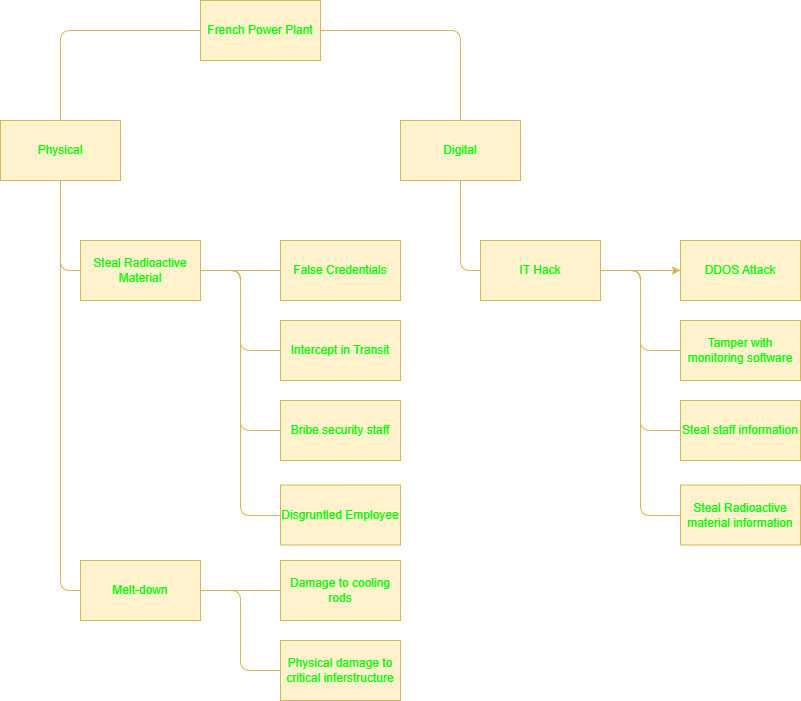
Earlier version of the draw.io export SRM/ModellingExcercise/Assets/AttackTree2.png (MCollins87/MSC_EnterpriseIT). Source tidied: cells renumbered, new cells last; positions are measured from the earlier drawing's top-left corner, leaving out a move shared by most shapes.
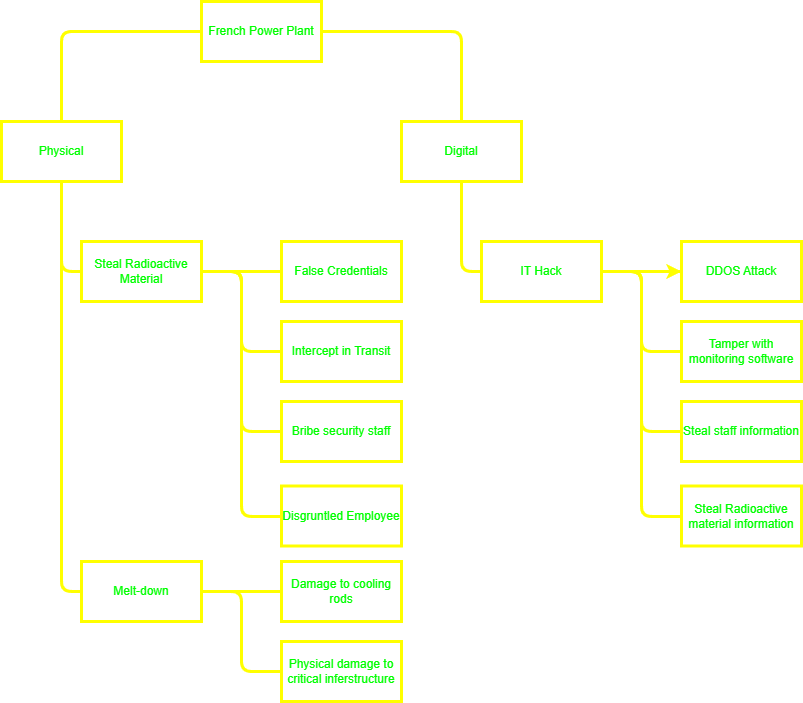
The same file after the commit.

The edit, as a diff of the source:
```diff
@@ -2,34 +2,34 @@
   <root>
     <mxCell id="0" />
     <mxCell id="1" parent="0" />
-    <mxCell id="2" style="edgeStyle=orthogonalEdgeStyle;rounded=1;jettySize=auto;html=1;endArrow=none;endFill=0;curved=0;strokeColor=#d6b656;fontColor=#00FF00;fillColor=#fff2cc;" parent="1" edge="1" source="4" target="7">
+    <mxCell id="2" style="edgeStyle=orthogonalEdgeStyle;rounded=1;jettySize=auto;html=1;endArrow=none;endFill=0;curved=0;strokeColor=#ffff00;fontColor=#00FF00;fillColor=#fff2cc;strokeWidth=3;" parent="1" edge="1" source="4" target="7">
       <mxGeometry relative="1" as="geometry" />
     </mxCell>
-    <mxCell id="3" style="edgeStyle=orthogonalEdgeStyle;rounded=1;jettySize=auto;html=1;endArrow=none;endFill=0;curved=0;strokeColor=#d6b656;fontColor=#00FF00;fillColor=#fff2cc;" parent="1" edge="1" source="4" target="9">
+    <mxCell id="3" style="edgeStyle=orthogonalEdgeStyle;rounded=1;jettySize=auto;html=1;endArrow=none;endFill=0;curved=0;strokeColor=#ffff00;fontColor=#00FF00;fillColor=#fff2cc;strokeWidth=3;" parent="1" edge="1" source="4" target="9">
       <mxGeometry relative="1" as="geometry" />
     </mxCell>
-    <mxCell id="4" value="French Power Plant" style="rounded=0;whiteSpace=wrap;html=1;fillColor=#fff2cc;strokeColor=#d6b656;fontColor=#00FF00;" parent="1" vertex="1">
+    <mxCell id="4" value="French Power Plant" style="rounded=0;whiteSpace=wrap;html=1;fillColor=none;strokeColor=#ffff00;fontColor=#00FF00;strokeWidth=3;" parent="1" vertex="1">
       <mxGeometry x="200" width="120" height="60" as="geometry" />
     </mxCell>
-    <mxCell id="5" style="edgeStyle=orthogonalEdgeStyle;rounded=1;jettySize=auto;html=1;exitX=0.5;exitY=1;exitDx=0;exitDy=0;entryX=0;entryY=0.5;entryDx=0;entryDy=0;endArrow=none;endFill=0;curved=0;strokeColor=#d6b656;fontColor=#00FF00;fillColor=#fff2cc;" parent="1" edge="1" source="7" target="14">
+    <mxCell id="5" style="edgeStyle=orthogonalEdgeStyle;rounded=1;jettySize=auto;html=1;exitX=0.5;exitY=1;exitDx=0;exitDy=0;entryX=0;entryY=0.5;entryDx=0;entryDy=0;endArrow=none;endFill=0;curved=0;strokeColor=#ffff00;fontColor=#00FF00;fillColor=#fff2cc;strokeWidth=3;" parent="1" edge="1" source="7" target="14">
       <mxGeometry relative="1" as="geometry" />
     </mxCell>
-    <mxCell id="6" style="edgeStyle=orthogonalEdgeStyle;rounded=1;jettySize=auto;html=1;entryX=0;entryY=0.5;entryDx=0;entryDy=0;endArrow=none;endFill=0;curved=0;strokeColor=#d6b656;fontColor=#00FF00;fillColor=#fff2cc;" parent="1" edge="1" source="7" target="21">
+    <mxCell id="6" style="edgeStyle=orthogonalEdgeStyle;rounded=1;jettySize=auto;html=1;entryX=0;entryY=0.5;entryDx=0;entryDy=0;endArrow=none;endFill=0;curved=0;strokeColor=#ffff00;fontColor=#00FF00;fillColor=#fff2cc;strokeWidth=3;" parent="1" edge="1" source="7" target="21">
       <mxGeometry relative="1" as="geometry" />
     </mxCell>
-    <mxCell id="7" value="Physical" style="rounded=0;whiteSpace=wrap;html=1;fillColor=#fff2cc;strokeColor=#d6b656;fontColor=#00FF00;" parent="1" vertex="1">
+    <mxCell id="7" value="Physical" style="rounded=0;whiteSpace=wrap;html=1;fillColor=none;strokeColor=#ffff00;fontColor=#00FF00;strokeWidth=3;" parent="1" vertex="1">
       <mxGeometry y="120" width="120" height="60" as="geometry" />
     </mxCell>
-    <mxCell id="8" style="edgeStyle=orthogonalEdgeStyle;rounded=1;jettySize=auto;html=1;entryX=0;entryY=0.5;entryDx=0;entryDy=0;endArrow=none;endFill=0;curved=0;strokeColor=#d6b656;fontColor=#00FF00;fillColor=#fff2cc;" parent="1" edge="1" source="9" target="29">
+    <mxCell id="8" style="edgeStyle=orthogonalEdgeStyle;rounded=1;jettySize=auto;html=1;entryX=0;entryY=0.5;entryDx=0;entryDy=0;endArrow=none;endFill=0;curved=0;strokeColor=#ffff00;fontColor=#00FF00;fillColor=#fff2cc;strokeWidth=3;" parent="1" edge="1" source="9" target="29">
       <mxGeometry relative="1" as="geometry" />
     </mxCell>
-    <mxCell id="9" value="Digital" style="rounded=0;whiteSpace=wrap;html=1;fillColor=#fff2cc;strokeColor=#d6b656;fontColor=#00FF00;" parent="1" vertex="1">
+    <mxCell id="9" value="Digital" style="rounded=0;whiteSpace=wrap;html=1;fillColor=none;strokeColor=#ffff00;fontColor=#00FF00;strokeWidth=3;" parent="1" vertex="1">
       <mxGeometry x="400" y="120" width="120" height="60" as="geometry" />
     </mxCell>
-    <mxCell id="10" style="edgeStyle=orthogonalEdgeStyle;rounded=1;jettySize=auto;html=1;endArrow=none;endFill=0;curved=0;strokeColor=#d6b656;fontColor=#00FF00;fillColor=#fff2cc;" parent="1" edge="1" source="14" target="15">
+    <mxCell id="10" style="edgeStyle=orthogonalEdgeStyle;rounded=1;jettySize=auto;html=1;endArrow=none;endFill=0;curved=0;strokeColor=#ffff00;fontColor=#00FF00;fillColor=#fff2cc;strokeWidth=3;" parent="1" edge="1" source="14" target="15">
       <mxGeometry relative="1" as="geometry" />
     </mxCell>
-    <mxCell id="11" style="edgeStyle=orthogonalEdgeStyle;rounded=1;jettySize=auto;html=1;endArrow=none;endFill=0;curved=0;strokeColor=#d6b656;fontColor=#00FF00;fillColor=#fff2cc;" parent="1" edge="1" source="14" target="16">
+    <mxCell id="11" style="edgeStyle=orthogonalEdgeStyle;rounded=1;jettySize=auto;html=1;endArrow=none;endFill=0;curved=0;strokeColor=#ffff00;fontColor=#00FF00;fillColor=#fff2cc;strokeWidth=3;" parent="1" edge="1" source="14" target="16">
       <mxGeometry relative="1" as="geometry">
         <Array as="points">
           <mxPoint x="240" y="270" />
@@ -37,7 +37,7 @@
         </Array>
       </mxGeometry>
     </mxCell>
-    <mxCell id="12" style="edgeStyle=orthogonalEdgeStyle;rounded=1;jettySize=auto;html=1;endArrow=none;endFill=0;curved=0;strokeColor=#d6b656;fontColor=#00FF00;fillColor=#fff2cc;" parent="1" edge="1" source="14" target="17">
+    <mxCell id="12" style="edgeStyle=orthogonalEdgeStyle;rounded=1;jettySize=auto;html=1;endArrow=none;endFill=0;curved=0;strokeColor=#ffff00;fontColor=#00FF00;fillColor=#fff2cc;strokeWidth=3;" parent="1" edge="1" source="14" target="17">
       <mxGeometry relative="1" as="geometry">
         <Array as="points">
           <mxPoint x="240" y="270" />
@@ -45,7 +45,7 @@
         </Array>
       </mxGeometry>
     </mxCell>
-    <mxCell id="13" style="edgeStyle=orthogonalEdgeStyle;rounded=1;jettySize=auto;html=1;endArrow=none;endFill=0;curved=0;strokeColor=#d6b656;fontColor=#00FF00;fillColor=#fff2cc;" parent="1" edge="1" source="14" target="18">
+    <mxCell id="13" style="edgeStyle=orthogonalEdgeStyle;rounded=1;jettySize=auto;html=1;endArrow=none;endFill=0;curved=0;strokeColor=#ffff00;fontColor=#00FF00;fillColor=#fff2cc;strokeWidth=3;" parent="1" edge="1" source="14" target="18">
       <mxGeometry relative="1" as="geometry">
         <Array as="points">
           <mxPoint x="240" y="270" />
@@ -53,25 +53,25 @@
         </Array>
       </mxGeometry>
     </mxCell>
-    <mxCell id="14" value="Steal Radioactive Material" style="rounded=0;whiteSpace=wrap;html=1;fillColor=#fff2cc;strokeColor=#d6b656;fontColor=#00FF00;" parent="1" vertex="1">
+    <mxCell id="14" value="Steal Radioactive Material" style="rounded=0;whiteSpace=wrap;html=1;fillColor=none;strokeColor=#ffff00;fontColor=#00FF00;strokeWidth=3;" parent="1" vertex="1">
       <mxGeometry x="80" y="240" width="120" height="60" as="geometry" />
     </mxCell>
-    <mxCell id="15" value="False Credentials" style="rounded=0;whiteSpace=wrap;html=1;fillColor=#fff2cc;strokeColor=#d6b656;fontColor=#00FF00;" parent="1" vertex="1">
+    <mxCell id="15" value="False Credentials" style="rounded=0;whiteSpace=wrap;html=1;fillColor=none;strokeColor=#ffff00;fontColor=#00FF00;strokeWidth=3;" parent="1" vertex="1">
       <mxGeometry x="280" y="240" width="120" height="60" as="geometry" />
     </mxCell>
-    <mxCell id="16" value="Intercept in Transit" style="rounded=0;whiteSpace=wrap;html=1;fillColor=#fff2cc;strokeColor=#d6b656;fontColor=#00FF00;" parent="1" vertex="1">
+    <mxCell id="16" value="Intercept in Transit" style="rounded=0;whiteSpace=wrap;html=1;fillColor=none;strokeColor=#ffff00;fontColor=#00FF00;strokeWidth=3;" parent="1" vertex="1">
       <mxGeometry x="280" y="320" width="120" height="60" as="geometry" />
     </mxCell>
-    <mxCell id="17" value="Bribe security staff" style="rounded=0;whiteSpace=wrap;html=1;fillColor=#fff2cc;strokeColor=#d6b656;fontColor=#00FF00;" parent="1" vertex="1">
+    <mxCell id="17" value="Bribe security staff" style="rounded=0;whiteSpace=wrap;html=1;fillColor=none;strokeColor=#ffff00;fontColor=#00FF00;strokeWidth=3;" parent="1" vertex="1">
       <mxGeometry x="280" y="400" width="120" height="60" as="geometry" />
     </mxCell>
-    <mxCell id="18" value="Disgruntled Employee" style="rounded=0;whiteSpace=wrap;html=1;fillColor=#fff2cc;strokeColor=#d6b656;fontColor=#00FF00;" parent="1" vertex="1">
+    <mxCell id="18" value="Disgruntled Employee" style="rounded=0;whiteSpace=wrap;html=1;fillColor=none;strokeColor=#ffff00;fontColor=#00FF00;strokeWidth=3;" parent="1" vertex="1">
       <mxGeometry x="280" y="484.5" width="120" height="60" as="geometry" />
     </mxCell>
-    <mxCell id="19" style="edgeStyle=orthogonalEdgeStyle;rounded=1;jettySize=auto;html=1;endArrow=none;endFill=0;curved=0;strokeColor=#d6b656;fontColor=#00FF00;fillColor=#fff2cc;" parent="1" edge="1" source="21" target="22">
+    <mxCell id="19" style="edgeStyle=orthogonalEdgeStyle;rounded=1;jettySize=auto;html=1;endArrow=none;endFill=0;curved=0;strokeColor=#ffff00;fontColor=#00FF00;fillColor=#fff2cc;strokeWidth=3;" parent="1" edge="1" source="21" target="22">
       <mxGeometry relative="1" as="geometry" />
     </mxCell>
-    <mxCell id="20" style="edgeStyle=orthogonalEdgeStyle;rounded=1;jettySize=auto;html=1;endArrow=none;endFill=0;curved=0;strokeColor=#d6b656;fontColor=#00FF00;fillColor=#fff2cc;" parent="1" edge="1" source="21" target="23">
+    <mxCell id="20" style="edgeStyle=orthogonalEdgeStyle;rounded=1;jettySize=auto;html=1;endArrow=none;endFill=0;curved=0;strokeColor=#ffff00;fontColor=#00FF00;fillColor=#fff2cc;strokeWidth=3;" parent="1" edge="1" source="21" target="23">
       <mxGeometry relative="1" as="geometry">
         <Array as="points">
           <mxPoint x="240" y="590" />
@@ -79,22 +79,22 @@
         </Array>
       </mxGeometry>
     </mxCell>
-    <mxCell id="21" value="Melt-down" style="rounded=0;whiteSpace=wrap;html=1;fillColor=#fff2cc;strokeColor=#d6b656;fontColor=#00FF00;" parent="1" vertex="1">
+    <mxCell id="21" value="Melt-down" style="rounded=0;whiteSpace=wrap;html=1;fillColor=none;strokeColor=#ffff00;fontColor=#00FF00;strokeWidth=3;" parent="1" vertex="1">
       <mxGeometry x="80" y="560" width="120" height="60" as="geometry" />
     </mxCell>
-    <mxCell id="22" value="Damage to cooling rods" style="rounded=0;whiteSpace=wrap;html=1;fillColor=#fff2cc;strokeColor=#d6b656;fontColor=#00FF00;" parent="1" vertex="1">
+    <mxCell id="22" value="Damage to cooling rods" style="rounded=0;whiteSpace=wrap;html=1;fillColor=none;strokeColor=#ffff00;fontColor=#00FF00;strokeWidth=3;" parent="1" vertex="1">
       <mxGeometry x="280" y="560" width="120" height="60" as="geometry" />
     </mxCell>
-    <mxCell id="23" value="Physical damage to critical inferstructure" style="rounded=0;whiteSpace=wrap;html=1;fillColor=#fff2cc;strokeColor=#d6b656;fontColor=#00FF00;" parent="1" vertex="1">
+    <mxCell id="23" value="Physical damage to critical inferstructure" style="rounded=0;whiteSpace=wrap;html=1;fillColor=none;strokeColor=#ffff00;fontColor=#00FF00;strokeWidth=3;" parent="1" vertex="1">
       <mxGeometry x="280" y="640" width="120" height="60" as="geometry" />
     </mxCell>
-    <mxCell id="24" style="edgeStyle=orthogonalEdgeStyle;rounded=0;jettySize=auto;html=1;fontColor=#00FF00;fillColor=#fff2cc;strokeColor=#d6b656;" parent="1" edge="1" source="29" target="30">
+    <mxCell id="24" style="edgeStyle=orthogonalEdgeStyle;rounded=0;jettySize=auto;html=1;fontColor=#00FF00;fillColor=#fff2cc;strokeColor=#ffff00;strokeWidth=3;" parent="1" edge="1" source="29" target="30">
       <mxGeometry relative="1" as="geometry" />
     </mxCell>
-    <mxCell id="25" style="edgeStyle=orthogonalEdgeStyle;rounded=1;jettySize=auto;html=1;endArrow=none;endFill=0;curved=0;strokeColor=#d6b656;fontColor=#00FF00;fillColor=#fff2cc;" parent="1" edge="1" source="29" target="30">
+    <mxCell id="25" style="edgeStyle=orthogonalEdgeStyle;rounded=1;jettySize=auto;html=1;endArrow=none;endFill=0;curved=0;strokeColor=#ffff00;fontColor=#00FF00;fillColor=#fff2cc;strokeWidth=3;" parent="1" edge="1" source="29" target="30">
       <mxGeometry relative="1" as="geometry" />
     </mxCell>
-    <mxCell id="26" style="edgeStyle=orthogonalEdgeStyle;rounded=1;jettySize=auto;html=1;endArrow=none;endFill=0;curved=0;strokeColor=#d6b656;fontColor=#00FF00;fillColor=#fff2cc;" parent="1" edge="1" source="29" target="31">
+    <mxCell id="26" style="edgeStyle=orthogonalEdgeStyle;rounded=1;jettySize=auto;html=1;endArrow=none;endFill=0;curved=0;strokeColor=#ffff00;fontColor=#00FF00;fillColor=#fff2cc;strokeWidth=3;" parent="1" edge="1" source="29" target="31">
       <mxGeometry relative="1" as="geometry">
         <Array as="points">
           <mxPoint x="640" y="270" />
@@ -102,7 +102,7 @@
         </Array>
       </mxGeometry>
     </mxCell>
-    <mxCell id="27" style="edgeStyle=orthogonalEdgeStyle;rounded=1;jettySize=auto;html=1;endArrow=none;endFill=0;curved=0;strokeColor=#d6b656;fontColor=#00FF00;fillColor=#fff2cc;" parent="1" edge="1" source="29" target="32">
+    <mxCell id="27" style="edgeStyle=orthogonalEdgeStyle;rounded=1;jettySize=auto;html=1;endArrow=none;endFill=0;curved=0;strokeColor=#ffff00;fontColor=#00FF00;fillColor=#fff2cc;strokeWidth=3;" parent="1" edge="1" source="29" target="32">
       <mxGeometry relative="1" as="geometry">
         <Array as="points">
           <mxPoint x="640" y="270" />
@@ -110,7 +110,7 @@
         </Array>
       </mxGeometry>
     </mxCell>
-    <mxCell id="28" style="edgeStyle=orthogonalEdgeStyle;rounded=1;jettySize=auto;html=1;endArrow=none;endFill=0;curved=0;strokeColor=#d6b656;fontColor=#00FF00;fillColor=#fff2cc;" parent="1" edge="1" source="29" target="33">
+    <mxCell id="28" style="edgeStyle=orthogonalEdgeStyle;rounded=1;jettySize=auto;html=1;endArrow=none;endFill=0;curved=0;strokeColor=#ffff00;fontColor=#00FF00;fillColor=#fff2cc;strokeWidth=3;" parent="1" edge="1" source="29" target="33">
       <mxGeometry relative="1" as="geometry">
         <Array as="points">
           <mxPoint x="640" y="270" />
@@ -118,19 +118,19 @@
         </Array>
       </mxGeometry>
     </mxCell>
-    <mxCell id="29" value="IT Hack" style="rounded=0;whiteSpace=wrap;html=1;fillColor=#fff2cc;strokeColor=#d6b656;fontColor=#00FF00;" parent="1" vertex="1">
+    <mxCell id="29" value="IT Hack" style="rounded=0;whiteSpace=wrap;html=1;fillColor=none;strokeColor=#ffff00;fontColor=#00FF00;strokeWidth=3;" parent="1" vertex="1">
       <mxGeometry x="480" y="240" width="120" height="60" as="geometry" />
     </mxCell>
-    <mxCell id="30" value="DDOS Attack" style="rounded=0;whiteSpace=wrap;html=1;fillColor=#fff2cc;strokeColor=#d6b656;fontColor=#00FF00;" parent="1" vertex="1">
+    <mxCell id="30" value="DDOS Attack" style="rounded=0;whiteSpace=wrap;html=1;fillColor=none;strokeColor=#ffff00;fontColor=#00FF00;strokeWidth=3;" parent="1" vertex="1">
       <mxGeometry x="680" y="240" width="120" height="60" as="geometry" />
     </mxCell>
-    <mxCell id="31" value="Tamper with monitoring software" style="rounded=0;whiteSpace=wrap;html=1;fillColor=#fff2cc;strokeColor=#d6b656;fontColor=#00FF00;" parent="1" vertex="1">
+    <mxCell id="31" value="Tamper with monitoring software" style="rounded=0;whiteSpace=wrap;html=1;fillColor=none;strokeColor=#ffff00;fontColor=#00FF00;strokeWidth=3;" parent="1" vertex="1">
       <mxGeometry x="680" y="320" width="120" height="60" as="geometry" />
     </mxCell>
-    <mxCell id="32" value="Steal staff information" style="rounded=0;whiteSpace=wrap;html=1;fillColor=#fff2cc;strokeColor=#d6b656;fontColor=#00FF00;" parent="1" vertex="1">
+    <mxCell id="32" value="Steal staff information" style="rounded=0;whiteSpace=wrap;html=1;fillColor=none;strokeColor=#ffff00;fontColor=#00FF00;strokeWidth=3;" parent="1" vertex="1">
       <mxGeometry x="680" y="400" width="120" height="60" as="geometry" />
     </mxCell>
-    <mxCell id="33" value="Steal Radioactive material information" style="rounded=0;whiteSpace=wrap;html=1;fillColor=#fff2cc;strokeColor=#d6b656;fontColor=#00FF00;" parent="1" vertex="1">
+    <mxCell id="33" value="Steal Radioactive material information" style="rounded=0;whiteSpace=wrap;html=1;fillColor=none;strokeColor=#ffff00;fontColor=#00FF00;strokeWidth=3;" parent="1" vertex="1">
       <mxGeometry x="680" y="484.5" width="120" height="60" as="geometry" />
     </mxCell>
   </root>
```
